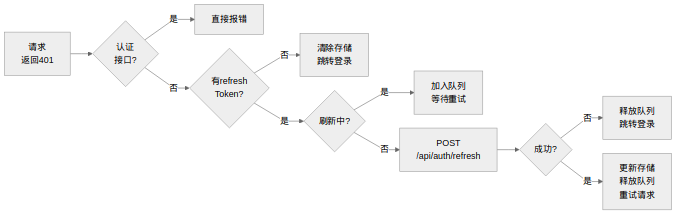
Earlier version of the Mermaid export docs/diagrams/fig4-10-token-refresh-flow.png (Wkjlovec/graduation_project_zhuang). Its source is kept beside it as docs/diagrams/fig4-10-token-refresh-flow.mmd.
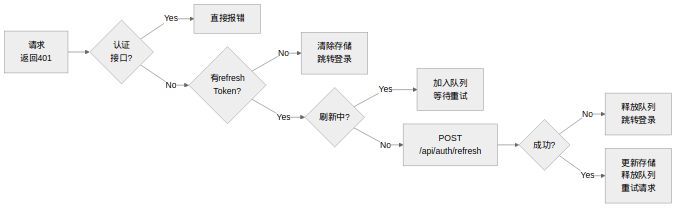
The same diagram one commit later.

The edit, as a diff of the source:
```diff
@@ -1,12 +1,12 @@
 %%{init: {'theme': 'neutral', 'flowchart': {'curve': 'linear', 'rankSpacing': 40, 'nodeSpacing': 25}}}%%
 graph LR
     A["请求\n返回401"] --> B{"认证\n接口?"}
-    B -->|是| C["直接报错"]
-    B -->|否| D{"有refresh\nToken?"}
-    D -->|否| E["清除存储\n跳转登录"]
-    D -->|是| F{"刷新中?"}
-    F -->|是| G["加入队列\n等待重试"]
-    F -->|否| H["POST\n/api/auth/refresh"]
+    B -->|Yes| C["直接报错"]
+    B -->|No| D{"有refresh\nToken?"}
+    D -->|No| E["清除存储\n跳转登录"]
+    D -->|Yes| F{"刷新中?"}
+    F -->|Yes| G["加入队列\n等待重试"]
+    F -->|No| H["POST\n/api/auth/refresh"]
     H --> I{"成功?"}
-    I -->|否| J["释放队列\n跳转登录"]
-    I -->|是| K["更新存储\n释放队列\n重试请求"]
+    I -->|No| J["释放队列\n跳转登录"]
+    I -->|Yes| K["更新存储\n释放队列\n重试请求"]
```
